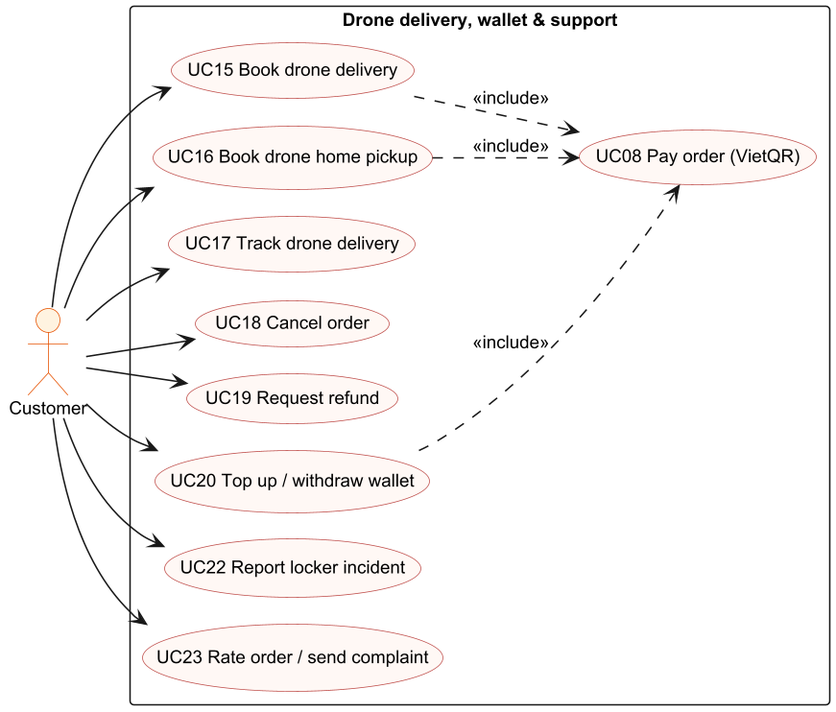
Before: rp3/srs-assets/diagrams/02c-uc-drone.png, a diagram exported from PlantUML (LockR-Tech/docs).
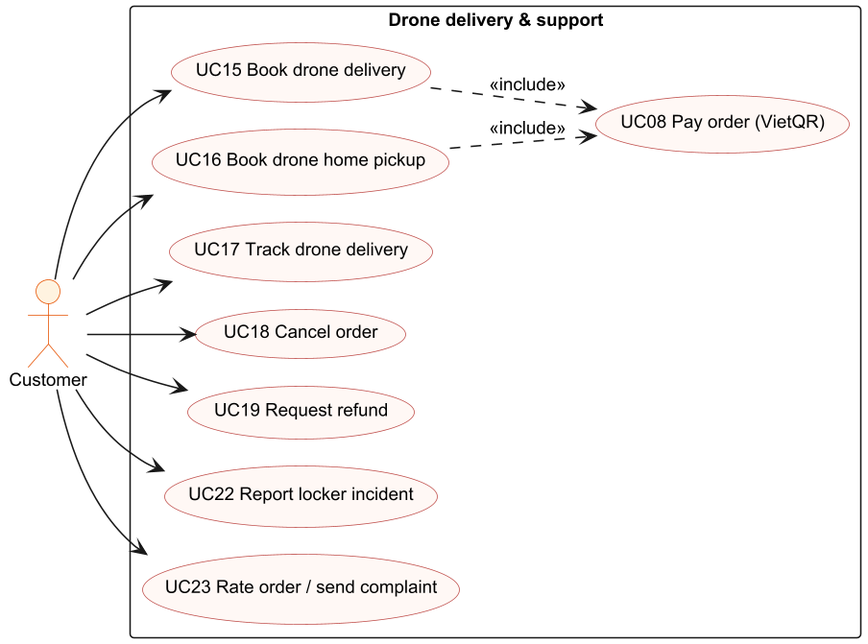
After the change.

What changed in the source:
```diff
@@ -14,13 +14,12 @@
 }
 left to right direction
 actor Customer
-rectangle "Drone delivery, wallet & support" {
+rectangle "Drone delivery & support" {
   usecase "UC15 Book drone delivery" as UC15
   usecase "UC16 Book drone home pickup" as UC16
   usecase "UC17 Track drone delivery" as UC17
   usecase "UC18 Cancel order" as UC18
   usecase "UC19 Request refund" as UC19
-  usecase "UC20 Top up / withdraw wallet" as UC20
   usecase "UC22 Report locker incident" as UC22
   usecase "UC23 Rate order / send complaint" as UC23
   usecase "UC08 Pay order (VietQR)" as UC08
@@ -30,10 +29,8 @@
 Customer --> UC17
 Customer --> UC18
 Customer --> UC19
-Customer --> UC20
 Customer --> UC22
 Customer --> UC23
 UC15 ..> UC08 : <<include>>
 UC16 ..> UC08 : <<include>>
-UC20 ..> UC08 : <<include>>
 @enduml
```
